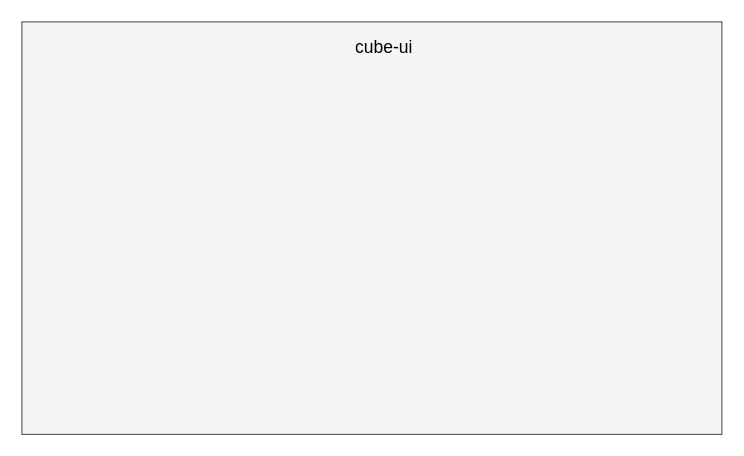
meterXu/drawiofile keeps this draw.io diagram as 新建元资产可视化.drawio. Above is the earlier version. Source tidied: cells renumbered, new cells numbered last; positions are measured from the earlier drawing's top-left corner, leaving out a move shared by most shapes. Both pictures are drawn from the tidied source at 125%, with x=0, y=0 at pixel (21, 21).
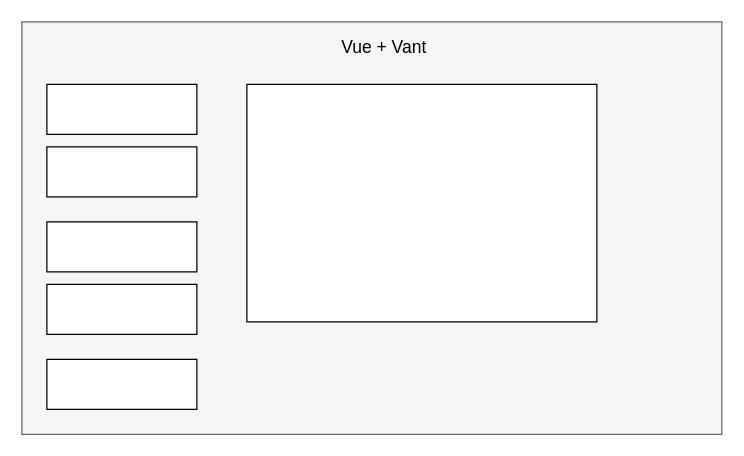
The same diagram, later.

What changed in the source:
```diff
@@
 <mxGraphModel>
   <root>
     <mxCell id="0" />
     <mxCell id="1" parent="0" />
     <mxCell id="2" style="rounded=0;whiteSpace=wrap;html=1;fillColor=#f5f5f5;strokeColor=#666666;fontColor=#333333;" parent="1" vertex="1">
       <mxGeometry width="560" height="330" as="geometry" />
     </mxCell>
-    <mxCell id="3" value="&lt;font style=&quot;font-size: 14px&quot;&gt;cube-ui&lt;/font&gt;" style="text;html=1;strokeColor=none;fillColor=none;align=center;verticalAlign=middle;whiteSpace=wrap;rounded=0;" parent="1" vertex="1">
+    <mxCell id="3" value="&lt;span style=&quot;font-size: 14px&quot;&gt;Vue + Vant&lt;/span&gt;" style="text;html=1;strokeColor=none;fillColor=none;align=center;verticalAlign=middle;whiteSpace=wrap;rounded=0;" parent="1" vertex="1">
       <mxGeometry x="250" y="10" width="80" height="20" as="geometry" />
     </mxCell>
+    <mxCell id="4" style="rounded=0;whiteSpace=wrap;html=1;" parent="1" vertex="1">
+      <mxGeometry x="20" y="50" width="120" height="40" as="geometry" />
+    </mxCell>
+    <mxCell id="5" style="rounded=0;whiteSpace=wrap;html=1;" parent="1" vertex="1">
+      <mxGeometry x="20" y="100" width="120" height="40" as="geometry" />
+    </mxCell>
+    <mxCell id="6" style="rounded=0;whiteSpace=wrap;html=1;" parent="1" vertex="1">
+      <mxGeometry x="20" y="160" width="120" height="40" as="geometry" />
+    </mxCell>
+    <mxCell id="7" style="rounded=0;whiteSpace=wrap;html=1;" parent="1" vertex="1">
+      <mxGeometry x="20" y="210" width="120" height="40" as="geometry" />
+    </mxCell>
+    <mxCell id="8" style="rounded=0;whiteSpace=wrap;html=1;" parent="1" vertex="1">
+      <mxGeometry x="20" y="270" width="120" height="40" as="geometry" />
+    </mxCell>
+    <mxCell id="9" style="rounded=0;whiteSpace=wrap;html=1;" parent="1" vertex="1">
+      <mxGeometry x="180" y="50" width="280" height="190" as="geometry" />
+    </mxCell>
   </root>
 </mxGraphModel>
```
